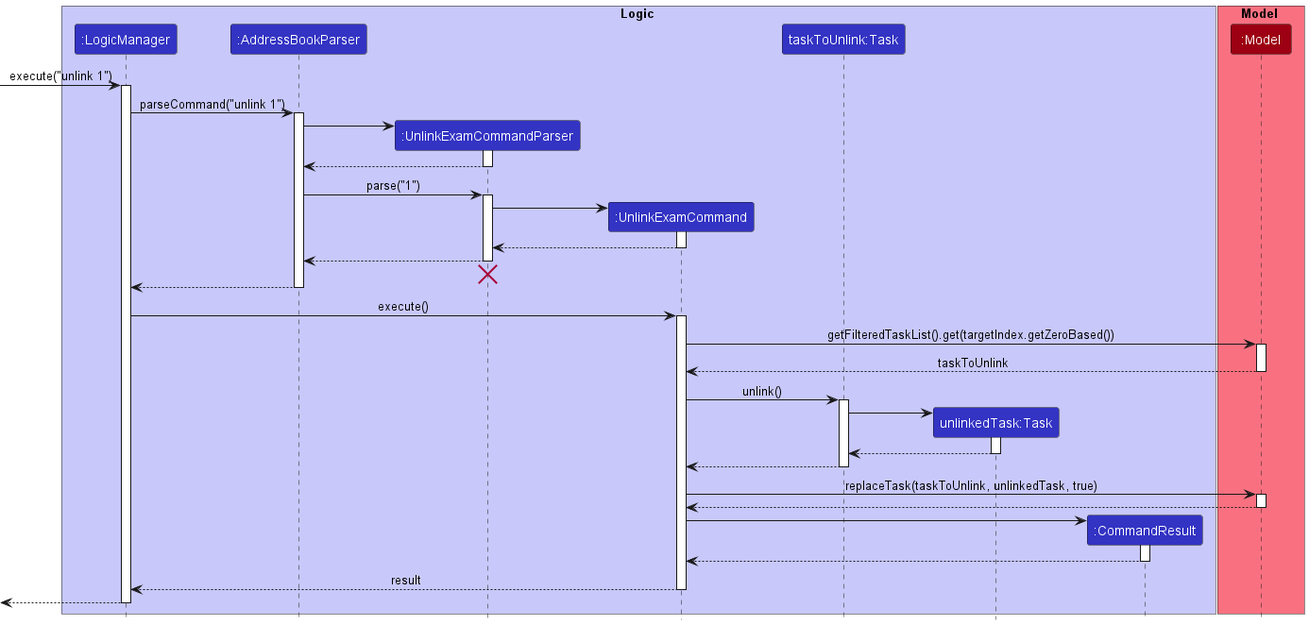
Before: docs/images/UnlinkExamSequenceDiagram.png, a diagram exported from PlantUML (nus-cs2103-AY2223S1/tp).
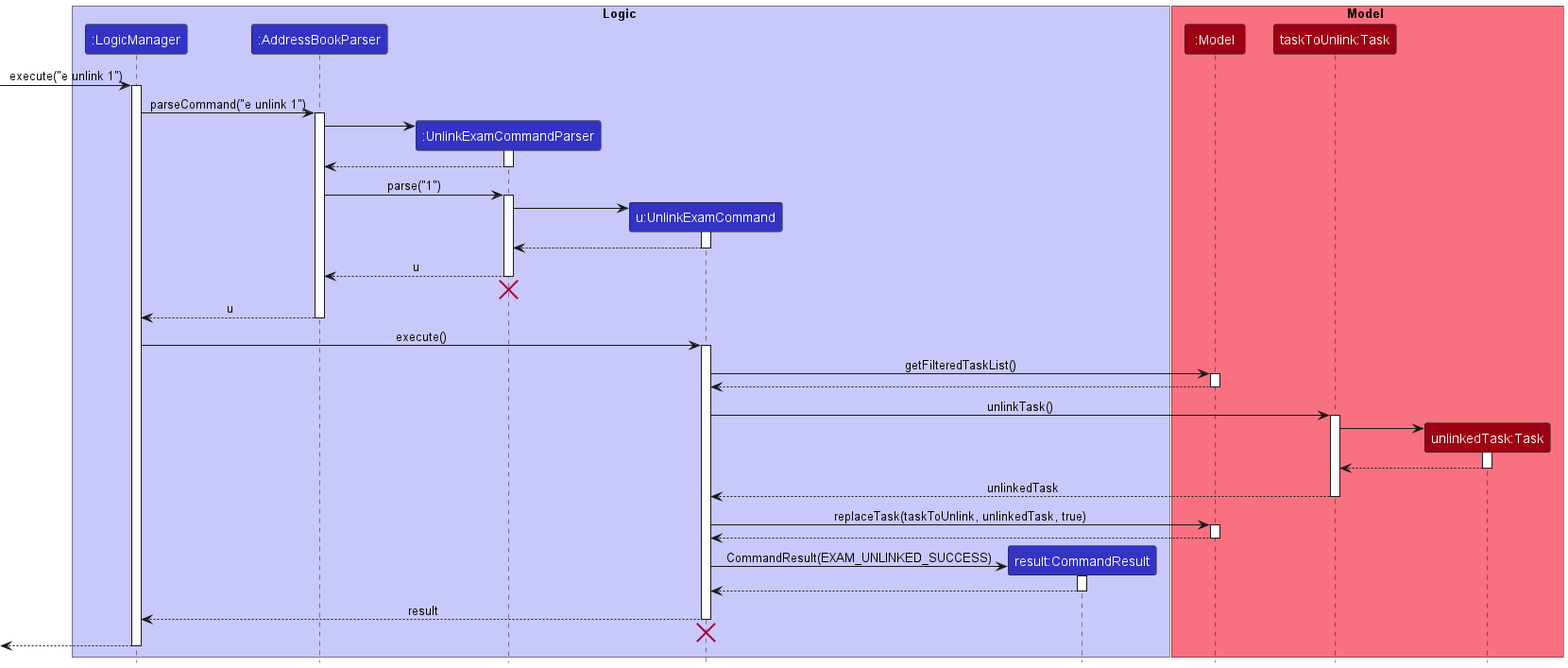
The same file after the commit.

Diff of the diagram source:
```diff
@@ -5,20 +5,20 @@
 participant ":LogicManager" as LogicManager LOGIC_COLOR
 participant ":AddressBookParser" as AddressBookParser LOGIC_COLOR
 participant ":UnlinkExamCommandParser" as UnlinkExamCommandParser LOGIC_COLOR
-participant ":UnlinkExamCommand" as UnlinkExamCommand LOGIC_COLOR
-participant "taskToUnlink:Task" as TargetTask LOGIC_COLOR
-participant "unlinkedTask:Task" as UnlinkedTask LOGIC_COLOR
-participant ":CommandResult" as CommandResult LOGIC_COLOR
+participant "u:UnlinkExamCommand" as UnlinkExamCommand LOGIC_COLOR
+participant "result:CommandResult" as CommandResult LOGIC_COLOR
 end box
 
 box Model MODEL_COLOR_T1
 participant ":Model" as Model MODEL_COLOR
+participant "taskToUnlink:Task" as TaskToUnlink MODEL_COLOR
+participant "unlinkedTask:Task" as UnlinkedTask MODEL_COLOR
 end box
 
-[-> LogicManager : execute("unlink 1")
+[-> LogicManager : execute("e unlink 1")
 activate LogicManager
 
-LogicManager -> AddressBookParser : parseCommand("unlink 1")
+LogicManager -> AddressBookParser : parseCommand("e unlink 1")
 activate AddressBookParser
 
 create UnlinkExamCommandParser
@@ -38,36 +38,36 @@
 UnlinkExamCommand --> UnlinkExamCommandParser
 deactivate UnlinkExamCommand
 
-UnlinkExamCommandParser --> AddressBookParser
+UnlinkExamCommandParser --> AddressBookParser : u
 deactivate UnlinkExamCommandParser
 
 UnlinkExamCommandParser -[hidden]-> AddressBookParser
 destroy UnlinkExamCommandParser
 
-AddressBookParser --> LogicManager
+AddressBookParser --> LogicManager : u
 deactivate AddressBookParser
 
 LogicManager -> UnlinkExamCommand : execute()
 activate UnlinkExamCommand
 
-UnlinkExamCommand -> Model : getFilteredTaskList().get(targetIndex.getZeroBased())
+UnlinkExamCommand -> Model : getFilteredTaskList()
 activate Model
 
-Model --> UnlinkExamCommand : taskToUnlink
+Model --> UnlinkExamCommand
 deactivate Model
 
-UnlinkExamCommand -> TargetTask : unlink()
-activate TargetTask
+UnlinkExamCommand -> TaskToUnlink : unlinkTask()
+activate TaskToUnlink
 
 create UnlinkedTask
-TargetTask -> UnlinkedTask
+TaskToUnlink -> UnlinkedTask
 activate UnlinkedTask
 
-UnlinkedTask --> TargetTask
+UnlinkedTask --> TaskToUnlink
 deactivate UnlinkedTask
 
-TargetTask --> UnlinkExamCommand
-deactivate TargetTask
+TaskToUnlink --> UnlinkExamCommand : unlinkedTask
+deactivate TaskToUnlink
 
 UnlinkExamCommand -> Model : replaceTask(taskToUnlink, unlinkedTask, true)
 activate Model
@@ -76,7 +76,7 @@
 deactivate Model
 
 create CommandResult
-UnlinkExamCommand -> CommandResult
+UnlinkExamCommand -> CommandResult : CommandResult(EXAM_UNLINKED_SUCCESS)
 activate CommandResult
 
 CommandResult --> UnlinkExamCommand
@@ -85,6 +85,9 @@
 UnlinkExamCommand --> LogicManager : result
 deactivate UnlinkExamCommand
 
+UnlinkExamCommand -[hidden]-> LogicManager
+destroy UnlinkExamCommand
+
 [<--LogicManager
 deactivate LogicManager
 
```
